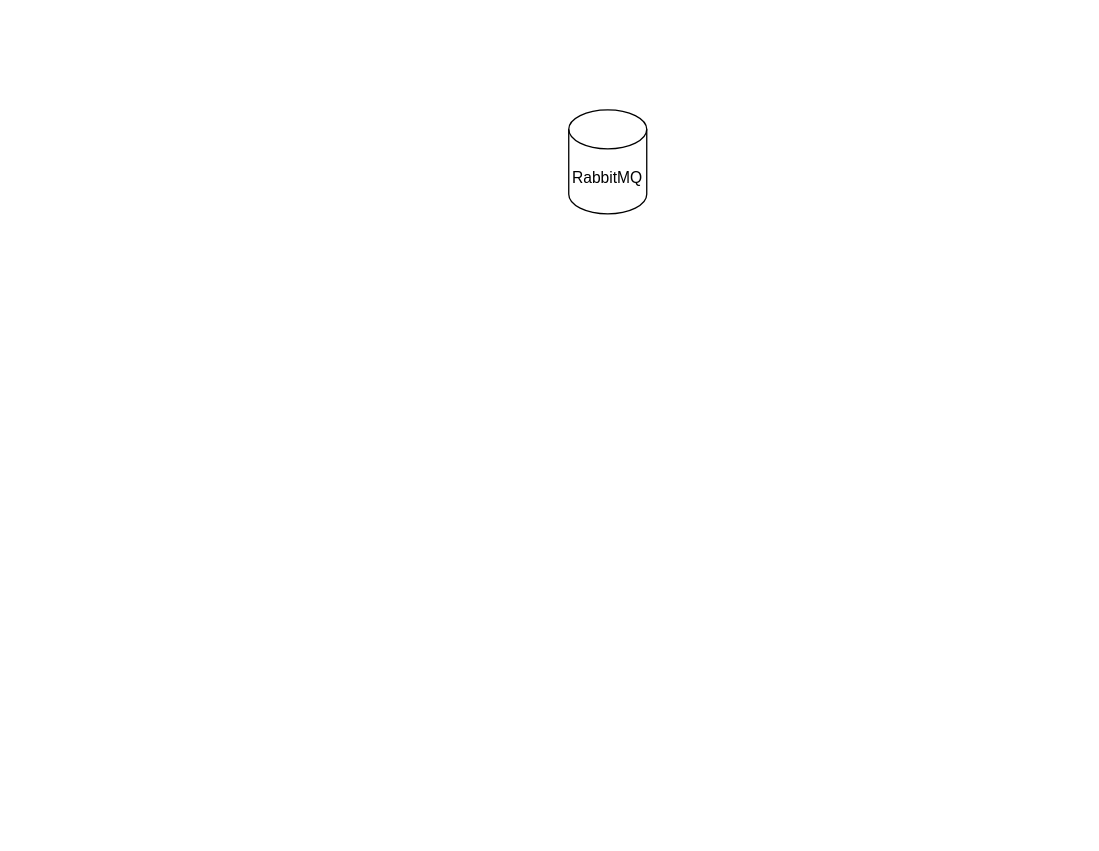
The draw.io diagram Untitled Diagram.drawio in Simik31/7SWI2, before the edit. Source tidied: cells renumbered, new cells numbered last; positions are measured from the earlier drawing's top-left corner, leaving out a move shared by most shapes. Both pictures are drawn from the tidied source at 130%, with x=0, y=0 at pixel (568, 109). Pictures stored in the file or linked from it are replaced by grey dashed boxes.
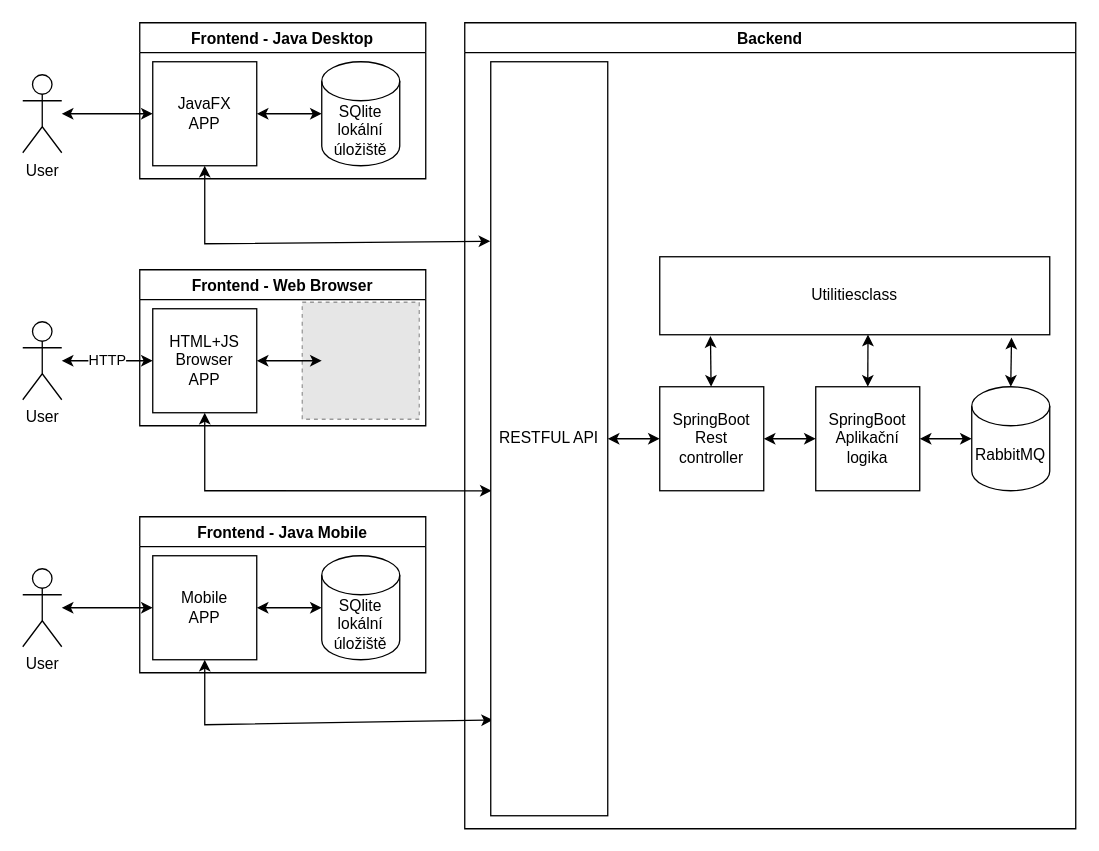
Above is the later version.

The edit, as a diff of the source:
```diff
@@
+    <mxCell id="3" value="User&lt;br&gt;" style="shape=umlActor;verticalLabelPosition=bottom;verticalAlign=top;html=1;outlineConnect=0;" parent="1" vertex="1">
+      <mxGeometry x="-420" y="-27" width="30" height="60" as="geometry" />
+    </mxCell>
+    <mxCell id="4" style="endArrow=classic;startArrow=classic;html=1;rounded=0;exitX=0.5;exitY=1;exitDx=0;exitDy=0;entryX=-0.004;entryY=0.238;entryDx=0;entryDy=0;entryPerimeter=0;" parent="1" edge="1" source="13" target="25">
+      <mxGeometry relative="1" as="geometry">
+        <Array as="points">
+          <mxPoint x="-280" y="103" />
+        </Array>
+      </mxGeometry>
+    </mxCell>
+    <mxCell id="5" style="endArrow=classic;startArrow=classic;html=1;rounded=0;entryX=0;entryY=0.5;entryDx=0;entryDy=0;" parent="1" edge="1" source="3" target="13">
+      <mxGeometry relative="1" as="geometry" />
+    </mxCell>
+    <mxCell id="6" value="User&lt;br&gt;" style="shape=umlActor;verticalLabelPosition=bottom;verticalAlign=top;html=1;outlineConnect=0;" parent="1" vertex="1">
+      <mxGeometry x="-420" y="163" width="30" height="60" as="geometry" />
+    </mxCell>
+    <mxCell id="7" value="User&lt;br&gt;" style="shape=umlActor;verticalLabelPosition=bottom;verticalAlign=top;html=1;outlineConnect=0;" parent="1" vertex="1">
+      <mxGeometry x="-420" y="353" width="30" height="60" as="geometry" />
+    </mxCell>
+    <mxCell id="8" style="endArrow=classic;startArrow=classic;html=1;rounded=0;exitX=0.5;exitY=1;exitDx=0;exitDy=0;entryX=0.008;entryY=0.569;entryDx=0;entryDy=0;entryPerimeter=0;" parent="1" edge="1" source="17" target="25">
+      <mxGeometry relative="1" as="geometry">
+        <Array as="points">
+          <mxPoint x="-280" y="293" />
+        </Array>
+      </mxGeometry>
+    </mxCell>
+    <mxCell id="9" style="endArrow=classic;startArrow=classic;html=1;rounded=0;exitX=0.5;exitY=1;exitDx=0;exitDy=0;entryX=0.019;entryY=0.873;entryDx=0;entryDy=0;entryPerimeter=0;" parent="1" edge="1" source="21" target="25">
+      <mxGeometry relative="1" as="geometry">
+        <Array as="points">
+          <mxPoint x="-280" y="473" />
+        </Array>
+      </mxGeometry>
+    </mxCell>
+    <mxCell id="10" style="endArrow=classic;startArrow=classic;html=1;rounded=0;entryX=0;entryY=0.5;entryDx=0;entryDy=0;" parent="1" edge="1" source="7" target="21">
+      <mxGeometry relative="1" as="geometry" />
+    </mxCell>
+    <mxCell id="11" value="HTTP" style="endArrow=classic;startArrow=classic;html=1;rounded=0;" parent="1" edge="1" source="6" target="17">
+      <mxGeometry relative="1" as="geometry" />
+    </mxCell>
+    <mxCell id="12" value="Frontend - Java Desktop" style="swimlane;" parent="1" vertex="1">
+      <mxGeometry x="-330" y="-67" width="220" height="120" as="geometry" />
+    </mxCell>
+    <mxCell id="13" value="JavaFX&lt;br&gt;APP" style="whiteSpace=wrap;html=1;" parent="12" vertex="1">
+      <mxGeometry x="10" y="30" width="80" height="80" as="geometry" />
+    </mxCell>
+    <mxCell id="14" value="SQlite&lt;br&gt;lokální&lt;br&gt;úložiště" style="shape=cylinder3;whiteSpace=wrap;html=1;boundedLbl=1;backgroundOutline=1;size=15;" parent="12" vertex="1">
+      <mxGeometry x="140" y="30" width="60" height="80" as="geometry" />
+    </mxCell>
+    <mxCell id="15" style="endArrow=classic;startArrow=classic;html=1;rounded=0;entryX=1;entryY=0.5;entryDx=0;entryDy=0;exitX=0;exitY=0.5;exitDx=0;exitDy=0;exitPerimeter=0;" parent="12" edge="1" source="14" target="13">
+      <mxGeometry relative="1" as="geometry" />
+    </mxCell>
+    <mxCell id="16" value="Frontend - Web Browser" style="swimlane;" parent="1" vertex="1">
+      <mxGeometry x="-330" y="123" width="220" height="120" as="geometry" />
+    </mxCell>
+    <mxCell id="17" value="HTML+JS&lt;br&gt;Browser&lt;br&gt;APP" style="whiteSpace=wrap;html=1;" parent="16" vertex="1">
+      <mxGeometry x="10" y="30" width="80" height="80" as="geometry" />
+    </mxCell>
+    <mxCell id="18" style="fillColor=#E6E6E6;strokeColor=#999999;dashed=1;html=1;verticalAlign=top;verticalLabelPosition=bottom;labelBackgroundColor=#ffffff;" parent="16" vertex="1">
+      <mxGeometry x="125" y="25" width="90" height="90" as="geometry" />
+    </mxCell>
+    <mxCell id="19" style="endArrow=classic;startArrow=classic;html=1;rounded=0;exitX=1;exitY=0.5;exitDx=0;exitDy=0;" parent="16" edge="1" source="17">
+      <mxGeometry relative="1" as="geometry">
+        <mxPoint x="140" y="70" as="targetPoint" />
+      </mxGeometry>
+    </mxCell>
+    <mxCell id="20" value="Frontend - Java Mobile" style="swimlane;" parent="1" vertex="1">
+      <mxGeometry x="-330" y="313" width="220" height="120" as="geometry" />
+    </mxCell>
+    <mxCell id="21" value="Mobile&lt;br&gt;APP" style="whiteSpace=wrap;html=1;" parent="20" vertex="1">
+      <mxGeometry x="10" y="30" width="80" height="80" as="geometry" />
+    </mxCell>
+    <mxCell id="22" value="SQlite&lt;br&gt;lokální&lt;br&gt;úložiště" style="shape=cylinder3;whiteSpace=wrap;html=1;boundedLbl=1;backgroundOutline=1;size=15;" parent="20" vertex="1">
+      <mxGeometry x="140" y="30" width="60" height="80" as="geometry" />
+    </mxCell>
+    <mxCell id="23" style="endArrow=classic;startArrow=classic;html=1;rounded=0;exitX=1;exitY=0.5;exitDx=0;exitDy=0;entryX=0;entryY=0.5;entryDx=0;entryDy=0;entryPerimeter=0;" parent="20" edge="1" source="21" target="22">
+      <mxGeometry relative="1" as="geometry" />
+    </mxCell>
+    <mxCell id="24" value="Backend" style="swimlane;" parent="1" vertex="1">
+      <mxGeometry x="-80" y="-67" width="470" height="620" as="geometry" />
+    </mxCell>
-    <mxCell id="2" value="RabbitMQ" style="shape=cylinder3;whiteSpace=wrap;html=1;boundedLbl=1;backgroundOutline=1;size=15;" parent="1" vertex="1">
-      <mxGeometry width="60" height="80" as="geometry" />
+    <mxCell id="2" value="RabbitMQ" style="shape=cylinder3;whiteSpace=wrap;html=1;boundedLbl=1;backgroundOutline=1;size=15;" parent="24" vertex="1">
+      <mxGeometry x="390" y="280" width="60" height="80" as="geometry" />
     </mxCell>
+    <mxCell id="25" value="RESTFUL API" style="rounded=0;whiteSpace=wrap;html=1;" parent="24" vertex="1">
+      <mxGeometry x="20" y="30" width="90" height="580" as="geometry" />
+    </mxCell>
+    <mxCell id="26" style="endArrow=classic;startArrow=classic;html=1;rounded=0;exitX=1;exitY=0.5;exitDx=0;exitDy=0;entryX=0;entryY=0.5;entryDx=0;entryDy=0;" parent="24" edge="1" source="25" target="27">
+      <mxGeometry relative="1" as="geometry" />
+    </mxCell>
+    <mxCell id="27" value="SpringBoot&lt;br&gt;Rest&lt;br&gt;controller" style="whiteSpace=wrap;html=1;" parent="24" vertex="1">
+      <mxGeometry x="150" y="280" width="80" height="80" as="geometry" />
+    </mxCell>
+    <mxCell id="28" value="SpringBoot&lt;br&gt;Aplikační&lt;br&gt;logika" style="whiteSpace=wrap;html=1;" parent="24" vertex="1">
+      <mxGeometry x="270" y="280" width="80" height="80" as="geometry" />
+    </mxCell>
+    <mxCell id="29" style="endArrow=classic;startArrow=classic;html=1;rounded=0;entryX=0;entryY=0.5;entryDx=0;entryDy=0;entryPerimeter=0;exitX=1;exitY=0.5;exitDx=0;exitDy=0;" parent="24" edge="1" source="28" target="2">
+      <mxGeometry relative="1" as="geometry" />
+    </mxCell>
+    <mxCell id="30" style="endArrow=classic;startArrow=classic;html=1;rounded=0;entryX=0;entryY=0.5;entryDx=0;entryDy=0;exitX=1;exitY=0.5;exitDx=0;exitDy=0;" parent="24" edge="1" source="27" target="28">
+      <mxGeometry relative="1" as="geometry" />
+    </mxCell>
+    <mxCell id="31" value="Utilitiesclass" style="rounded=0;whiteSpace=wrap;html=1;" parent="24" vertex="1">
+      <mxGeometry x="150" y="180" width="300" height="60" as="geometry" />
+    </mxCell>
+    <mxCell id="32" style="endArrow=classic;startArrow=classic;html=1;rounded=0;entryX=0.13;entryY=1.017;entryDx=0;entryDy=0;entryPerimeter=0;" parent="24" edge="1" source="27" target="31">
+      <mxGeometry relative="1" as="geometry" />
+    </mxCell>
+    <mxCell id="33" style="endArrow=classic;startArrow=classic;html=1;rounded=0;entryX=0.534;entryY=0.997;entryDx=0;entryDy=0;entryPerimeter=0;exitX=0.5;exitY=0;exitDx=0;exitDy=0;" parent="24" edge="1" source="28" target="31">
+      <mxGeometry relative="1" as="geometry" />
+    </mxCell>
+    <mxCell id="34" style="endArrow=classic;startArrow=classic;html=1;rounded=0;entryX=0.902;entryY=1.036;entryDx=0;entryDy=0;entryPerimeter=0;exitX=0.5;exitY=0;exitDx=0;exitDy=0;exitPerimeter=0;" parent="24" edge="1" source="2" target="31">
+      <mxGeometry relative="1" as="geometry" />
+    </mxCell>
```
